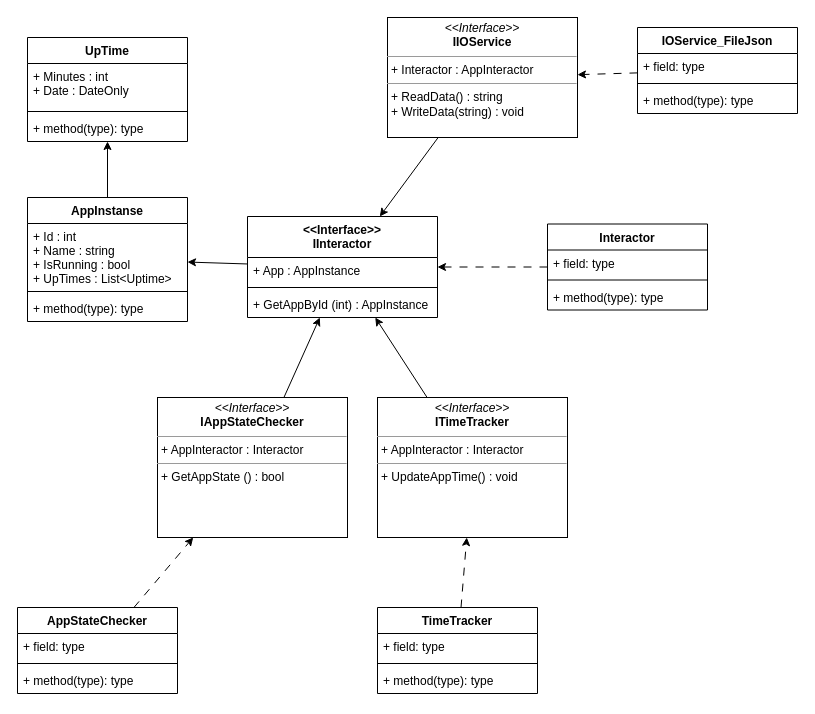
This is page "TrackedAppClasses" (2 of 5) of docs/Diagrams/Diagram1.drawio from villaclara/ata-reborn, a draw.io file, before an edit. Source tidied: cells renumbered, new cells numbered last; positions are measured from the earlier drawing's top-left corner, leaving out a move shared by most shapes. Both pictures are drawn from the tidied source at 100%, with x=0, y=0 at pixel (17, 17).
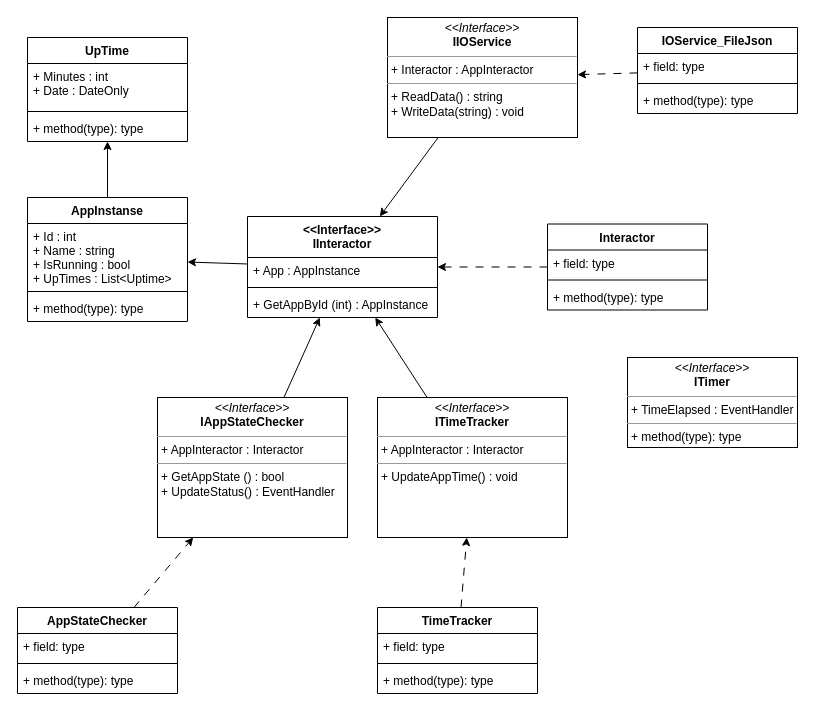
Above is the later version.

Commit message:
added itimer interface

The edit, as a diff of the source:
```diff
@@
-    <mxCell id="17" value="&lt;p style=&quot;margin:0px;margin-top:4px;text-align:center;&quot;&gt;&lt;i&gt;&amp;lt;&amp;lt;Interface&amp;gt;&amp;gt;&lt;/i&gt;&lt;br&gt;&lt;b&gt;IAppStateChecker&lt;/b&gt;&lt;/p&gt;&lt;hr size=&quot;1&quot;&gt;&lt;p style=&quot;margin:0px;margin-left:4px;&quot;&gt;+ AppInteractor : Interactor&lt;/p&gt;&lt;hr size=&quot;1&quot;&gt;&lt;p style=&quot;margin:0px;margin-left:4px;&quot;&gt;+ GetAppState () : bool&lt;br&gt;&lt;/p&gt;" style="verticalAlign=top;align=left;overflow=fill;fontSize=12;fontFamily=Helvetica;html=1;" parent="1" vertex="1">
+    <mxCell id="17" value="&lt;p style=&quot;margin:0px;margin-top:4px;text-align:center;&quot;&gt;&lt;i&gt;&amp;lt;&amp;lt;Interface&amp;gt;&amp;gt;&lt;/i&gt;&lt;br&gt;&lt;b&gt;IAppStateChecker&lt;/b&gt;&lt;/p&gt;&lt;hr size=&quot;1&quot;&gt;&lt;p style=&quot;margin:0px;margin-left:4px;&quot;&gt;+ AppInteractor : Interactor&lt;/p&gt;&lt;hr size=&quot;1&quot;&gt;&lt;p style=&quot;margin:0px;margin-left:4px;&quot;&gt;+ GetAppState () : bool&lt;br&gt;&lt;/p&gt;&lt;p style=&quot;margin:0px;margin-left:4px;&quot;&gt;+ UpdateStatus() : EventHandler&lt;/p&gt;" style="verticalAlign=top;align=left;overflow=fill;fontSize=12;fontFamily=Helvetica;html=1;" parent="1" vertex="1">
       <mxGeometry x="140" y="380" width="190" height="140" as="geometry" />
     </mxCell>
@@
+    <mxCell id="42" value="&lt;p style=&quot;margin:0px;margin-top:4px;text-align:center;&quot;&gt;&lt;i&gt;&amp;lt;&amp;lt;Interface&amp;gt;&amp;gt;&lt;/i&gt;&lt;br&gt;&lt;b&gt;ITimer&lt;/b&gt;&lt;/p&gt;&lt;hr size=&quot;1&quot;&gt;&lt;p style=&quot;margin:0px;margin-left:4px;&quot;&gt;+ TimeElapsed : EventHandler&lt;/p&gt;&lt;hr size=&quot;1&quot;&gt;&lt;p style=&quot;margin:0px;margin-left:4px;&quot;&gt;+ method(type): type&lt;br&gt;&lt;/p&gt;" style="verticalAlign=top;align=left;overflow=fill;fontSize=12;fontFamily=Helvetica;html=1;" parent="1" vertex="1">
+      <mxGeometry x="610" y="340" width="170" height="90" as="geometry" />
+    </mxCell>
```
